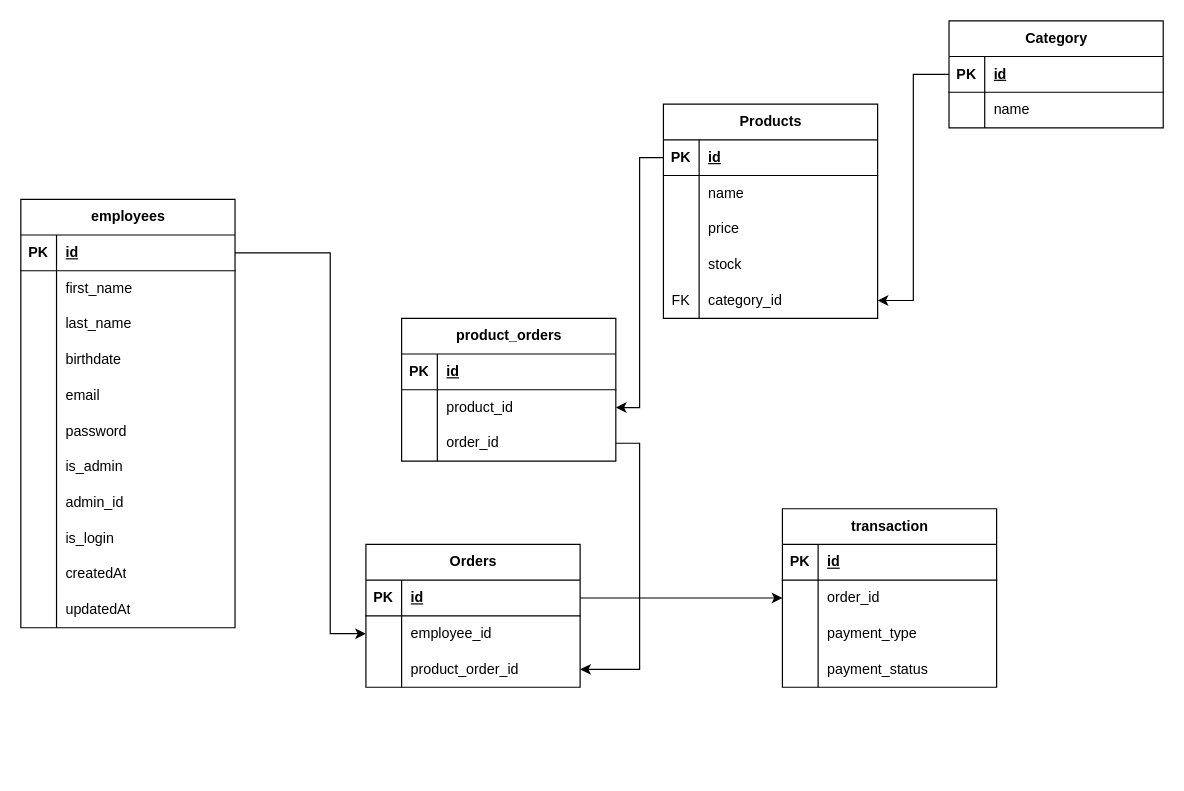
This is ER Diagram/pos_systemERD.drawio from farrazaryasa/project-pos-pwd, a draw.io file, before an edit. Source tidied: cells renumbered, new cells numbered last; positions are measured from the earlier drawing's top-left corner, leaving out a move shared by most shapes. Both pictures are drawn from the tidied source at 119%, with x=0, y=0 at pixel (20, 20).
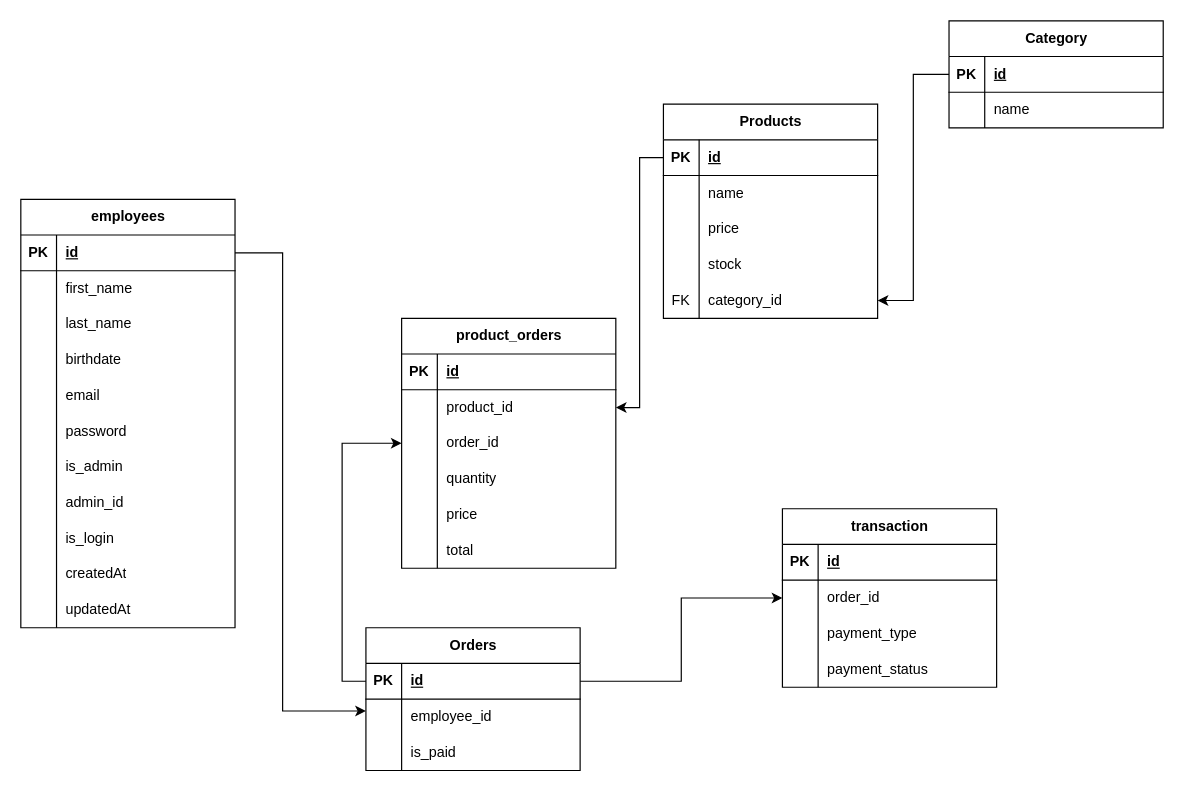
The same diagram, later.

The change refers to these unchanged cells:
```xml
<mxCell id="3" style="shape=tableRow;horizontal=0;startSize=0;swimlaneHead=0;swimlaneBody=0;fillColor=none;points=[[0,0.5],[1,0.5]];portConstraint=eastwest;top=0;left=0;right=0;bottom=1;" parent="2" vertex="1">
  <mxGeometry y="30" width="180" height="30" as="geometry" />
</mxCell>
<mxCell id="61" style="shape=tableRow;horizontal=0;startSize=0;swimlaneHead=0;swimlaneBody=0;fillColor=none;points=[[0,0.5],[1,0.5]];portConstraint=eastwest;top=0;left=0;right=0;bottom=1;" parent="60" vertex="1">
  <mxGeometry y="30" width="180" height="30" as="geometry" />
</mxCell>
<mxCell id="64" style="shape=tableRow;horizontal=0;startSize=0;swimlaneHead=0;swimlaneBody=0;fillColor=none;points=[[0,0.5],[1,0.5]];portConstraint=eastwest;top=0;left=0;right=0;bottom=0;" parent="60" vertex="1">
  <mxGeometry y="60" width="180" height="30" as="geometry" />
</mxCell>
<mxCell id="67" style="shape=tableRow;horizontal=0;startSize=0;swimlaneHead=0;swimlaneBody=0;fillColor=none;points=[[0,0.5],[1,0.5]];portConstraint=eastwest;top=0;left=0;right=0;bottom=0;" parent="60" vertex="1">
  <mxGeometry y="90" width="180" height="30" as="geometry" />
</mxCell>
<mxCell id="77" style="shape=tableRow;horizontal=0;startSize=0;swimlaneHead=0;swimlaneBody=0;fillColor=none;points=[[0,0.5],[1,0.5]];portConstraint=eastwest;top=0;left=0;right=0;bottom=0;" parent="70" vertex="1">
  <mxGeometry y="90" width="180" height="30" as="geometry" />
</mxCell>
```

Diff of the diagram source:
```diff
@@
     <mxCell id="60" value="Orders" style="shape=table;startSize=30;childLayout=tableLayout;rowLines=0;fontStyle=1;align=center;html=1;" parent="1" vertex="1">
-      <mxGeometry x="290" y="440" width="180" height="120" as="geometry" />
+      <mxGeometry x="290" y="510" width="180" height="120" as="geometry" />
     </mxCell>
@@
-    <mxCell id="68" style="shape=partialRectangle;fillColor=none;top=0;left=0;bottom=0;right=0;overflow=hidden;whiteSpace=wrap;html=1;" parent="67" vertex="1">
-      <mxGeometry width="30" height="30" as="geometry" />
-    </mxCell>
-    <mxCell id="69" value="product_order_id" style="shape=partialRectangle;fillColor=none;top=0;left=0;bottom=0;right=0;align=left;spacingLeft=6;overflow=hidden;whiteSpace=wrap;html=1;" parent="67" vertex="1">
-      <mxGeometry x="30" width="150" height="30" as="geometry" />
-    </mxCell>
+    <mxCell id="97" style="shape=partialRectangle;fillColor=none;top=0;left=0;bottom=0;right=0;overflow=hidden;whiteSpace=wrap;html=1;" parent="67" vertex="1">
+      <mxGeometry width="30" height="30" as="geometry" />
+    </mxCell>
+    <mxCell id="98" value="is_paid" style="shape=partialRectangle;fillColor=none;top=0;left=0;bottom=0;right=0;align=left;spacingLeft=6;overflow=hidden;whiteSpace=wrap;html=1;" parent="67" vertex="1">
+      <mxGeometry x="30" width="150" height="30" as="geometry" />
+    </mxCell>
     <mxCell id="70" value="product_orders" style="shape=table;startSize=30;childLayout=tableLayout;rowLines=0;fontStyle=1;align=center;html=1;" parent="1" vertex="1">
-      <mxGeometry x="320" y="250" width="180" height="120" as="geometry" />
+      <mxGeometry x="320" y="250" width="180" height="210" as="geometry" />
     </mxCell>
@@
+    <mxCell id="99" style="shape=tableRow;horizontal=0;startSize=0;swimlaneHead=0;swimlaneBody=0;fillColor=none;top=0;left=0;right=0;bottom=0;" parent="70" vertex="1">
+      <mxGeometry y="120" width="180" height="30" as="geometry" />
+    </mxCell>
+    <mxCell id="100" style="shape=partialRectangle;fillColor=none;top=0;left=0;bottom=0;right=0;overflow=hidden;whiteSpace=wrap;html=1;" parent="99" vertex="1">
+      <mxGeometry width="30" height="30" as="geometry" />
+    </mxCell>
+    <mxCell id="101" value="quantity" style="shape=partialRectangle;fillColor=none;top=0;left=0;bottom=0;right=0;align=left;spacingLeft=6;overflow=hidden;whiteSpace=wrap;html=1;" parent="99" vertex="1">
+      <mxGeometry x="30" width="150" height="30" as="geometry" />
+    </mxCell>
+    <mxCell id="102" style="shape=tableRow;horizontal=0;startSize=0;swimlaneHead=0;swimlaneBody=0;fillColor=none;top=0;left=0;right=0;bottom=0;" parent="70" vertex="1">
+      <mxGeometry y="150" width="180" height="30" as="geometry" />
+    </mxCell>
+    <mxCell id="103" style="shape=partialRectangle;fillColor=none;top=0;left=0;bottom=0;right=0;overflow=hidden;whiteSpace=wrap;html=1;" parent="102" vertex="1">
+      <mxGeometry width="30" height="30" as="geometry" />
+    </mxCell>
+    <mxCell id="104" value="price" style="shape=partialRectangle;fillColor=none;top=0;left=0;bottom=0;right=0;align=left;spacingLeft=6;overflow=hidden;whiteSpace=wrap;html=1;" parent="102" vertex="1">
+      <mxGeometry x="30" width="150" height="30" as="geometry" />
+    </mxCell>
+    <mxCell id="105" style="shape=tableRow;horizontal=0;startSize=0;swimlaneHead=0;swimlaneBody=0;fillColor=none;top=0;left=0;right=0;bottom=0;" parent="70" vertex="1">
+      <mxGeometry y="180" width="180" height="30" as="geometry" />
+    </mxCell>
+    <mxCell id="106" style="shape=partialRectangle;fillColor=none;top=0;left=0;bottom=0;right=0;overflow=hidden;whiteSpace=wrap;html=1;" parent="105" vertex="1">
+      <mxGeometry width="30" height="30" as="geometry" />
+    </mxCell>
+    <mxCell id="107" value="total" style="shape=partialRectangle;fillColor=none;top=0;left=0;bottom=0;right=0;align=left;spacingLeft=6;overflow=hidden;whiteSpace=wrap;html=1;" parent="105" vertex="1">
+      <mxGeometry x="30" width="150" height="30" as="geometry" />
+    </mxCell>
@@
-    <mxCell id="81" style="edgeStyle=orthogonalEdgeStyle;rounded=0;jettySize=auto;html=1;exitX=1;exitY=0.5;exitDx=0;exitDy=0;entryX=1;entryY=0.5;entryDx=0;entryDy=0;" parent="1" edge="1" source="77" target="67">
-      <mxGeometry relative="1" as="geometry" />
-    </mxCell>
-    <mxCell id="82" style="edgeStyle=orthogonalEdgeStyle;rounded=0;jettySize=auto;html=1;exitX=1;exitY=0.5;exitDx=0;exitDy=0;entryX=0;entryY=0.5;entryDx=0;entryDy=0;" parent="1" edge="1" source="3" target="64">
+    <mxCell id="82" style="edgeStyle=orthogonalEdgeStyle;rounded=0;jettySize=auto;html=1;exitX=1;exitY=0.5;exitDx=0;exitDy=0;" parent="1" edge="1" source="3">
       <mxGeometry relative="1" as="geometry">
+        <mxPoint x="290" y="580" as="targetPoint" />
         <Array as="points">
-          <mxPoint x="260" y="195" />
-          <mxPoint x="260" y="515" />
+          <mxPoint x="220" y="195" />
+          <mxPoint x="220" y="580" />
         </Array>
       </mxGeometry>
     </mxCell>
@@
+    <mxCell id="108" style="edgeStyle=orthogonalEdgeStyle;rounded=0;jettySize=auto;html=1;exitX=0;exitY=0.5;exitDx=0;exitDy=0;entryX=0;entryY=0.5;entryDx=0;entryDy=0;" parent="1" edge="1" source="61" target="77">
+      <mxGeometry relative="1" as="geometry" />
+    </mxCell>
```
